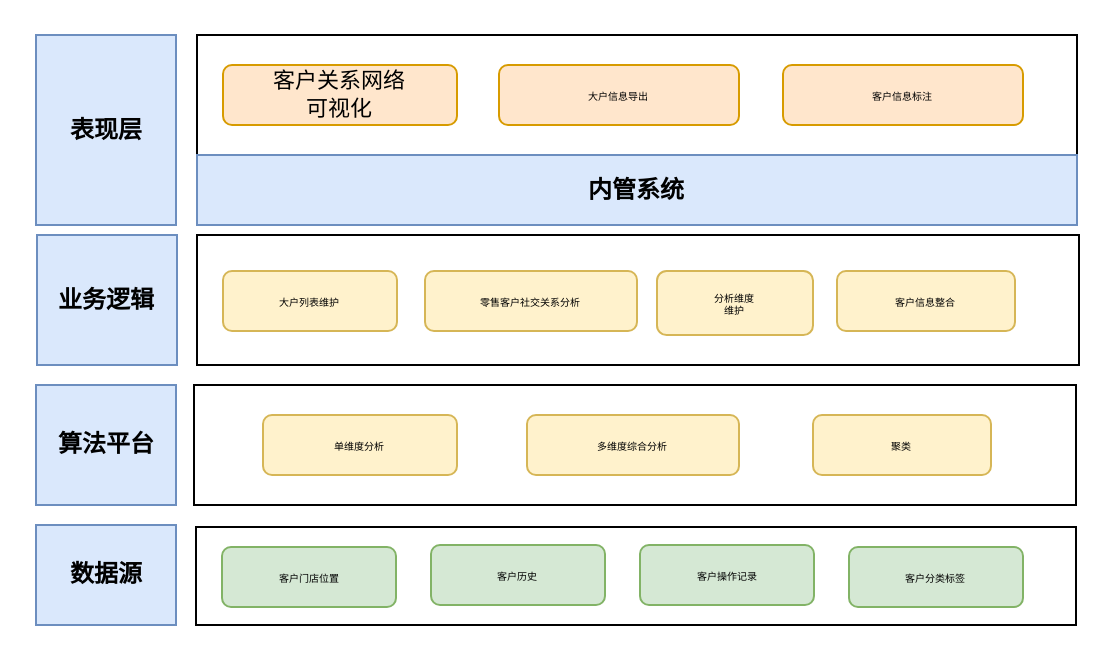
Earlier version of the draw.io diagram Client_network.drawio (1009351456/Anonymous). Source tidied: cells renumbered, new cells numbered last; positions are measured from the earlier drawing's top-left corner, leaving out a move shared by most shapes. Both pictures are drawn from the tidied source at 200%, with x=0, y=0 at pixel (36, 34).
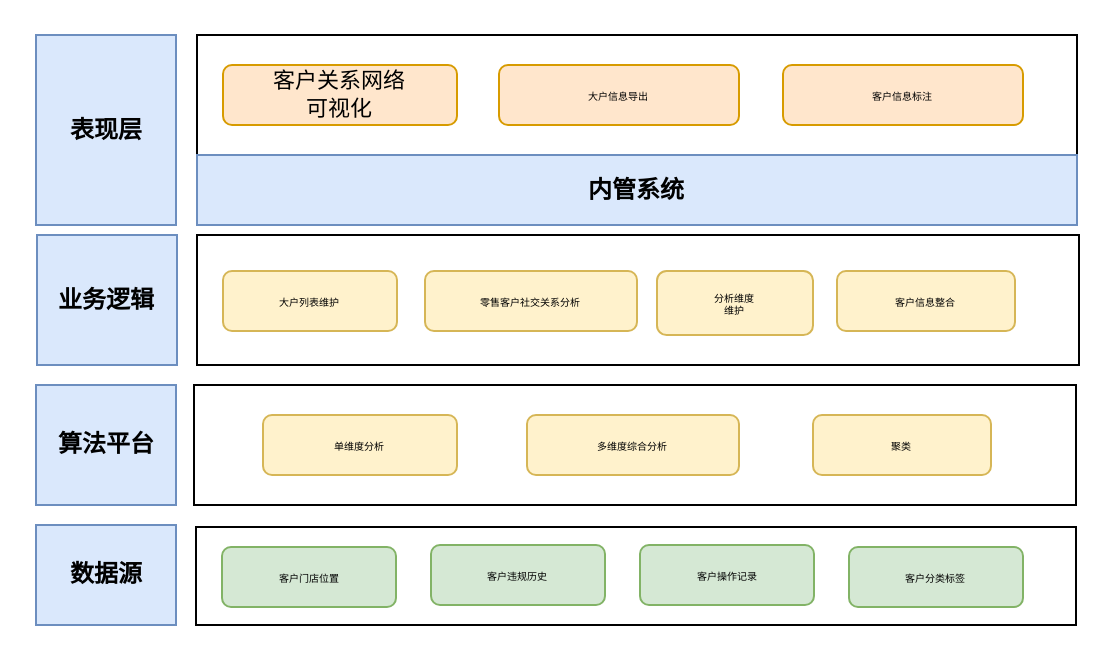
After the change.

The edit, as a diff of the source:
```diff
@@
-    <mxCell id="19" value="客户历史" style="rounded=1;whiteSpace=wrap;html=1;fillColor=#d5e8d4;strokeColor=#82b366;fontSize=5;" parent="1" vertex="1">
+    <mxCell id="19" value="客户违规历史" style="rounded=1;whiteSpace=wrap;html=1;fillColor=#d5e8d4;strokeColor=#82b366;fontSize=5;" parent="1" vertex="1">
       <mxGeometry x="197" y="255" width="87" height="30" as="geometry" />
     </mxCell>
```
